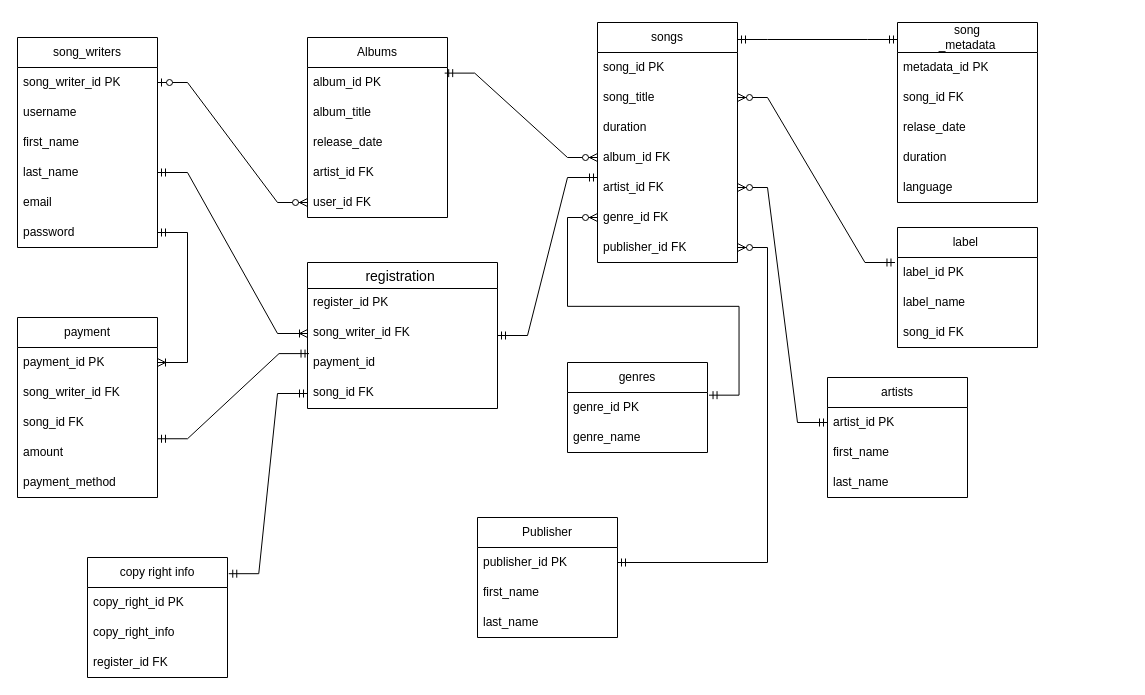
MubarakBu/DB_PROJECT keeps this draw.io diagram as db_project.drawio. Above is the earlier version. Source tidied: cells renumbered, new cells numbered last; positions are measured from the earlier drawing's top-left corner, leaving out a move shared by most shapes. Both pictures are drawn from the tidied source at 100%, with x=0, y=0 at pixel (-13, 22).
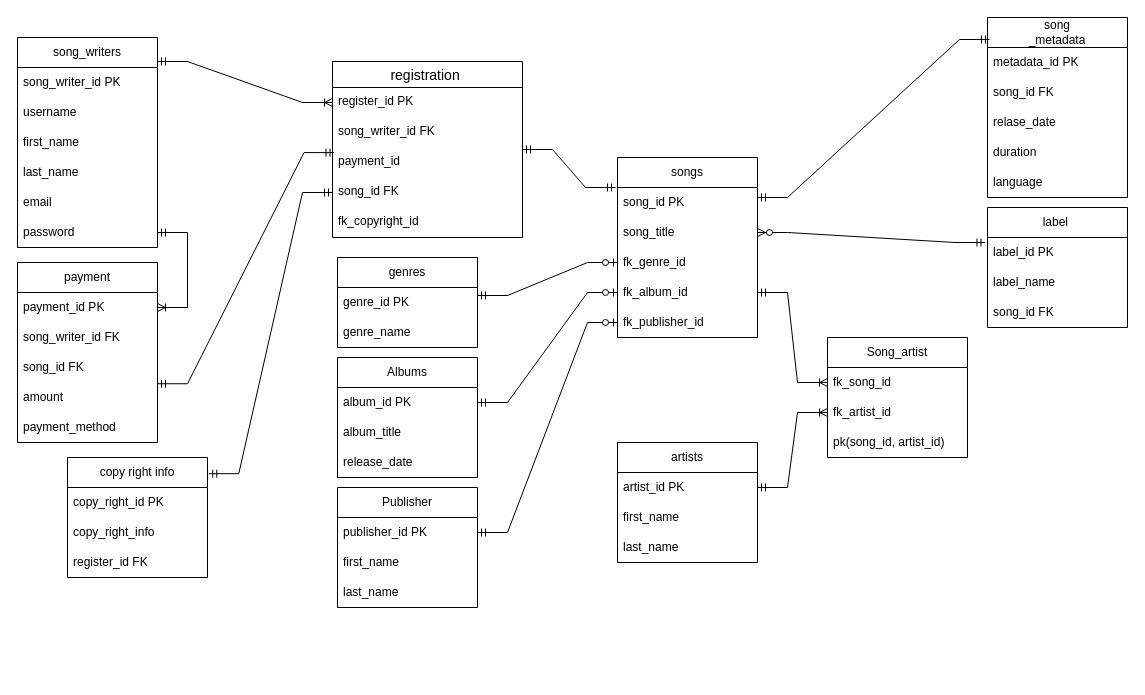
The same page after the edit.

Commit message (it also covers changes not shown here):
Edit Database Diagram

Unchanged cells that the change refers to:
```xml
<mxCell id="3" value="song_writer_id PK" style="text;strokeColor=none;fillColor=none;align=left;verticalAlign=middle;spacingLeft=4;spacingRight=4;overflow=hidden;points=[[0,0.5],[1,0.5]];portConstraint=eastwest;whiteSpace=wrap;html=1;" parent="2" vertex="1">
  <mxGeometry y="30" width="140" height="30" as="geometry" />
</mxCell>
<mxCell id="6" value="last_name" style="text;strokeColor=none;fillColor=none;align=left;verticalAlign=middle;spacingLeft=4;spacingRight=4;overflow=hidden;points=[[0,0.5],[1,0.5]];portConstraint=eastwest;whiteSpace=wrap;html=1;imageHeight=24;" parent="2" vertex="1">
  <mxGeometry y="120" width="140" height="30" as="geometry" />
</mxCell>
<mxCell id="10" value="album_id PK" style="text;strokeColor=none;fillColor=none;align=left;verticalAlign=middle;spacingLeft=4;spacingRight=4;overflow=hidden;points=[[0,0.5],[1,0.5]];portConstraint=eastwest;whiteSpace=wrap;html=1;" parent="9" vertex="1">
  <mxGeometry y="30" width="140" height="30" as="geometry" />
</mxCell>
<mxCell id="16" value="song_id PK" style="text;strokeColor=none;fillColor=none;align=left;verticalAlign=middle;spacingLeft=4;spacingRight=4;overflow=hidden;points=[[0,0.5],[1,0.5]];portConstraint=eastwest;whiteSpace=wrap;html=1;" parent="15" vertex="1">
  <mxGeometry y="30" width="140" height="30" as="geometry" />
</mxCell>
<mxCell id="30" value="artist_id PK" style="text;strokeColor=none;fillColor=none;align=left;verticalAlign=middle;spacingLeft=4;spacingRight=4;overflow=hidden;points=[[0,0.5],[1,0.5]];portConstraint=eastwest;whiteSpace=wrap;html=1;" parent="29" vertex="1">
  <mxGeometry y="30" width="140" height="30" as="geometry" />
</mxCell>
<mxCell id="34" value="genre_id PK" style="text;strokeColor=none;fillColor=none;align=left;verticalAlign=middle;spacingLeft=4;spacingRight=4;overflow=hidden;points=[[0,0.5],[1,0.5]];portConstraint=eastwest;whiteSpace=wrap;html=1;" parent="33" vertex="1">
  <mxGeometry y="30" width="140" height="30" as="geometry" />
</mxCell>
<mxCell id="54" value="metadata_id PK" style="text;strokeColor=none;fillColor=none;align=left;verticalAlign=middle;spacingLeft=4;spacingRight=4;overflow=hidden;points=[[0,0.5],[1,0.5]];portConstraint=eastwest;whiteSpace=wrap;html=1;" parent="53" vertex="1">
  <mxGeometry y="30" width="140" height="30" as="geometry" />
</mxCell>
<mxCell id="62" value="register_id PK" style="text;strokeColor=none;fillColor=none;spacingLeft=4;spacingRight=4;overflow=hidden;points=[[0,0.5],[1,0.5]];portConstraint=eastwest;fontSize=12;whiteSpace=wrap;html=1;" parent="61" vertex="1">
  <mxGeometry y="26" width="190" height="30" as="geometry" />
</mxCell>
<mxCell id="63" value="song_writer_id FK" style="text;strokeColor=none;fillColor=none;spacingLeft=4;spacingRight=4;overflow=hidden;points=[[0,0.5],[1,0.5]];portConstraint=eastwest;fontSize=12;whiteSpace=wrap;html=1;" parent="61" vertex="1">
  <mxGeometry y="56" width="190" height="30" as="geometry" />
</mxCell>
```

Diff of the diagram source:
```diff
@@
     <mxCell id="9" value="Albums" style="swimlane;fontStyle=0;horizontal=1;startSize=30;whiteSpace=wrap;html=1;" parent="1" vertex="1">
-      <mxGeometry x="320" y="15" width="140" height="180" as="geometry" />
+      <mxGeometry x="350" y="335" width="140" height="120" as="geometry" />
     </mxCell>
@@
-    <mxCell id="13" value="artist_id FK" style="text;strokeColor=none;fillColor=none;align=left;verticalAlign=middle;spacingLeft=4;spacingRight=4;overflow=hidden;whiteSpace=wrap;html=1;" parent="9" vertex="1">
-      <mxGeometry y="120" width="140" height="30" as="geometry" />
-    </mxCell>
-    <mxCell id="14" value="user_id FK" style="text;strokeColor=none;fillColor=none;align=left;verticalAlign=middle;spacingLeft=4;spacingRight=4;overflow=hidden;points=[[0,0.5],[1,0.5]];portConstraint=eastwest;whiteSpace=wrap;html=1;" parent="9" vertex="1">
-      <mxGeometry y="150" width="140" height="30" as="geometry" />
-    </mxCell>
     <mxCell id="15" value="songs" style="swimlane;fontStyle=0;horizontal=1;startSize=30;whiteSpace=wrap;html=1;" parent="1" vertex="1">
-      <mxGeometry x="610" width="140" height="240" as="geometry" />
+      <mxGeometry x="630" y="135" width="140" height="180" as="geometry" />
     </mxCell>
@@
-    <mxCell id="18" value="duration" style="text;strokeColor=none;fillColor=none;align=left;verticalAlign=middle;spacingLeft=4;spacingRight=4;overflow=hidden;points=[[0,0.5],[1,0.5]];portConstraint=eastwest;whiteSpace=wrap;html=1;" parent="15" vertex="1">
+    <mxCell id="18" value="fk_genre_id" style="text;strokeColor=none;fillColor=none;align=left;verticalAlign=middle;spacingLeft=4;spacingRight=4;overflow=hidden;points=[[0,0.5],[1,0.5]];portConstraint=eastwest;whiteSpace=wrap;html=1;" parent="15" vertex="1">
       <mxGeometry y="90" width="140" height="30" as="geometry" />
     </mxCell>
-    <mxCell id="19" value="album_id FK" style="text;strokeColor=none;fillColor=none;align=left;verticalAlign=middle;spacingLeft=4;spacingRight=4;overflow=hidden;points=[[0,0.5],[1,0.5]];portConstraint=eastwest;whiteSpace=wrap;html=1;" parent="15" vertex="1">
-      <mxGeometry y="120" width="140" height="30" as="geometry" />
-    </mxCell>
-    <mxCell id="20" value="artist_id FK" style="text;strokeColor=none;fillColor=none;align=left;verticalAlign=middle;spacingLeft=4;spacingRight=4;overflow=hidden;points=[[0,0.5],[1,0.5]];portConstraint=eastwest;whiteSpace=wrap;html=1;" parent="15" vertex="1">
-      <mxGeometry y="150" width="140" height="30" as="geometry" />
-    </mxCell>
-    <mxCell id="21" value="genre_id FK" style="text;strokeColor=none;fillColor=none;align=left;verticalAlign=middle;spacingLeft=4;spacingRight=4;overflow=hidden;whiteSpace=wrap;html=1;" parent="15" vertex="1">
-      <mxGeometry y="180" width="140" height="30" as="geometry" />
-    </mxCell>
-    <mxCell id="22" value="publisher_id FK" style="text;strokeColor=none;fillColor=none;align=left;verticalAlign=middle;spacingLeft=4;spacingRight=4;overflow=hidden;points=[[0,0.5],[1,0.5]];portConstraint=eastwest;whiteSpace=wrap;html=1;" parent="15" vertex="1">
-      <mxGeometry y="210" width="140" height="30" as="geometry" />
-    </mxCell>
+    <mxCell id="71" value="fk_album_id" style="text;strokeColor=none;fillColor=none;align=left;verticalAlign=middle;spacingLeft=4;spacingRight=4;overflow=hidden;points=[[0,0.5],[1,0.5]];portConstraint=eastwest;whiteSpace=wrap;html=1;" parent="15" vertex="1">
+      <mxGeometry y="120" width="140" height="30" as="geometry" />
+    </mxCell>
+    <mxCell id="72" value="fk_publisher_id" style="text;strokeColor=none;fillColor=none;align=left;verticalAlign=middle;spacingLeft=4;spacingRight=4;overflow=hidden;points=[[0,0.5],[1,0.5]];portConstraint=eastwest;whiteSpace=wrap;html=1;" parent="15" vertex="1">
+      <mxGeometry y="150" width="140" height="30" as="geometry" />
+    </mxCell>
     <mxCell id="23" value="payment" style="swimlane;fontStyle=0;horizontal=1;startSize=30;whiteSpace=wrap;html=1;" parent="1" vertex="1">
-      <mxGeometry x="30" y="295" width="140" height="180" as="geometry" />
+      <mxGeometry x="30" y="240" width="140" height="180" as="geometry" />
     </mxCell>
@@
     <mxCell id="29" value="artists" style="swimlane;fontStyle=0;horizontal=1;startSize=30;whiteSpace=wrap;html=1;" parent="1" vertex="1">
-      <mxGeometry x="840" y="355" width="140" height="120" as="geometry" />
+      <mxGeometry x="630" y="420" width="140" height="120" as="geometry" />
     </mxCell>
@@
     <mxCell id="33" value="genres" style="swimlane;fontStyle=0;horizontal=1;startSize=30;whiteSpace=wrap;html=1;" parent="1" vertex="1">
-      <mxGeometry x="580" y="340" width="140" height="90" as="geometry" />
+      <mxGeometry x="350" y="235" width="140" height="90" as="geometry" />
     </mxCell>
@@
-    <mxCell id="36" style="edgeStyle=entityRelationEdgeStyle;fontSize=12;html=1;endArrow=ERzeroToMany;startArrow=ERzeroToOne;rounded=0;entryX=0;entryY=0.5;entryDx=0;entryDy=0;" parent="1" edge="1" source="3" target="14">
-      <mxGeometry relative="1" as="geometry" />
-    </mxCell>
-    <mxCell id="37" style="edgeStyle=entityRelationEdgeStyle;fontSize=12;html=1;endArrow=ERzeroToMany;startArrow=ERmandOne;rounded=0;exitX=0.98;exitY=0.187;exitDx=0;exitDy=0;exitPerimeter=0;" parent="1" edge="1" source="10" target="19">
-      <mxGeometry relative="1" as="geometry">
-        <Array as="points">
-          <mxPoint x="580" y="65" />
-        </Array>
-      </mxGeometry>
-    </mxCell>
-    <mxCell id="38" style="edgeStyle=entityRelationEdgeStyle;fontSize=12;html=1;endArrow=ERzeroToMany;startArrow=ERmandOne;rounded=0;exitX=0;exitY=0.5;exitDx=0;exitDy=0;" parent="1" edge="1" source="30" target="20">
-      <mxGeometry relative="1" as="geometry" />
-    </mxCell>
-    <mxCell id="39" style="edgeStyle=entityRelationEdgeStyle;fontSize=12;html=1;endArrow=ERzeroToMany;startArrow=ERmandOne;rounded=0;exitX=1.011;exitY=0.089;exitDx=0;exitDy=0;exitPerimeter=0;" parent="1" edge="1" source="34">
-      <mxGeometry relative="1" as="geometry">
-        <mxPoint x="610" y="195" as="targetPoint" />
-        <Array as="points">
-          <mxPoint x="580" y="395" />
-          <mxPoint x="580" y="315" />
-          <mxPoint x="590" y="355" />
-          <mxPoint x="580" y="335" />
-        </Array>
-      </mxGeometry>
-    </mxCell>
-    <mxCell id="40" value="Publisher" style="swimlane;fontStyle=0;horizontal=1;startSize=30;whiteSpace=wrap;html=1;" parent="1" vertex="1">
-      <mxGeometry x="490" y="495" width="140" height="120" as="geometry" />
-    </mxCell>
-    <mxCell id="41" value="publisher_id PK" style="text;strokeColor=none;fillColor=none;align=left;verticalAlign=middle;spacingLeft=4;spacingRight=4;overflow=hidden;points=[[0,0.5],[1,0.5]];portConstraint=eastwest;whiteSpace=wrap;html=1;" parent="40" vertex="1">
-      <mxGeometry y="30" width="140" height="30" as="geometry" />
-    </mxCell>
-    <mxCell id="42" value="first_name" style="text;strokeColor=none;fillColor=none;align=left;verticalAlign=middle;spacingLeft=4;spacingRight=4;overflow=hidden;whiteSpace=wrap;html=1;" parent="40" vertex="1">
-      <mxGeometry y="60" width="140" height="30" as="geometry" />
-    </mxCell>
-    <mxCell id="43" value="last_name" style="text;strokeColor=none;fillColor=none;align=left;verticalAlign=middle;spacingLeft=4;spacingRight=4;overflow=hidden;whiteSpace=wrap;html=1;" parent="40" vertex="1">
-      <mxGeometry y="90" width="140" height="30" as="geometry" />
-    </mxCell>
-    <mxCell id="44" style="edgeStyle=entityRelationEdgeStyle;fontSize=12;html=1;endArrow=ERzeroToMany;startArrow=ERmandOne;rounded=0;exitX=1;exitY=0.5;exitDx=0;exitDy=0;" parent="1" edge="1" source="41" target="22">
-      <mxGeometry relative="1" as="geometry" />
-    </mxCell>
     <mxCell id="45" value="copy right info" style="swimlane;fontStyle=0;horizontal=1;startSize=30;whiteSpace=wrap;html=1;" parent="1" vertex="1">
-      <mxGeometry x="100" y="535" width="140" height="120" as="geometry" />
+      <mxGeometry x="80" y="435" width="140" height="120" as="geometry" />
     </mxCell>
@@
     <mxCell id="49" value="label&amp;nbsp;" style="swimlane;fontStyle=0;horizontal=1;startSize=30;whiteSpace=wrap;html=1;" parent="1" vertex="1">
-      <mxGeometry x="910" y="205" width="140" height="120" as="geometry" />
+      <mxGeometry x="1000" y="185" width="140" height="120" as="geometry" />
     </mxCell>
@@
     <mxCell id="53" value="song&lt;div&gt;_metadata&lt;/div&gt;" style="swimlane;fontStyle=0;horizontal=1;startSize=30;whiteSpace=wrap;html=1;" parent="1" vertex="1">
-      <mxGeometry x="910" width="140" height="180" as="geometry" />
+      <mxGeometry x="1000" y="-5" width="140" height="180" as="geometry" />
     </mxCell>
@@
-    <mxCell id="59" style="edgeStyle=entityRelationEdgeStyle;fontSize=12;html=1;endArrow=ERmandOne;startArrow=ERmandOne;rounded=0;" parent="1" edge="1">
+    <mxCell id="59" style="edgeStyle=entityRelationEdgeStyle;fontSize=12;html=1;endArrow=ERmandOne;startArrow=ERmandOne;rounded=0;entryX=0.014;entryY=-0.267;entryDx=0;entryDy=0;entryPerimeter=0;" parent="1" edge="1" target="54">
       <mxGeometry relative="1" as="geometry">
-        <mxPoint x="750" y="17" as="sourcePoint" />
-        <mxPoint x="910" y="17" as="targetPoint" />
+        <mxPoint x="770" y="175" as="sourcePoint" />
       </mxGeometry>
     </mxCell>
@@
     <mxCell id="61" value="registration " style="swimlane;fontStyle=0;horizontal=1;startSize=26;align=center;fontSize=14;" parent="1" vertex="1">
-      <mxGeometry x="320" y="240" width="190" height="146" as="geometry" />
+      <mxGeometry x="345" y="39" width="190" height="176" as="geometry" />
     </mxCell>
@@
+    <mxCell id="73" value="fk_copyright_id" style="text;strokeColor=none;fillColor=none;spacingLeft=4;spacingRight=4;overflow=hidden;fontSize=12;whiteSpace=wrap;html=1;" parent="61" vertex="1">
+      <mxGeometry y="146" width="190" height="30" as="geometry" />
+    </mxCell>
-    <mxCell id="66" style="edgeStyle=entityRelationEdgeStyle;fontSize=12;html=1;endArrow=ERoneToMany;startArrow=ERmandOne;rounded=0;exitX=1;exitY=0.5;exitDx=0;exitDy=0;entryX=0;entryY=0.5;entryDx=0;entryDy=0;" parent="1" edge="1" source="6" target="63">
-      <mxGeometry relative="1" as="geometry" />
+    <mxCell id="66" style="edgeStyle=entityRelationEdgeStyle;fontSize=12;html=1;endArrow=ERoneToMany;startArrow=ERmandOne;rounded=0;exitX=1;exitY=0.5;exitDx=0;exitDy=0;entryX=0;entryY=0.5;entryDx=0;entryDy=0;" parent="1" edge="1" target="62">
+      <mxGeometry relative="1" as="geometry">
+        <mxPoint x="170" y="39" as="sourcePoint" />
+      </mxGeometry>
     </mxCell>
@@
-    <mxCell id="68" style="edgeStyle=entityRelationEdgeStyle;fontSize=12;html=1;endArrow=ERmandOne;startArrow=ERmandOne;rounded=0;" parent="1" edge="1" source="61">
-      <mxGeometry relative="1" as="geometry">
-        <mxPoint x="610" y="155" as="targetPoint" />
-      </mxGeometry>
+    <mxCell id="68" style="edgeStyle=entityRelationEdgeStyle;fontSize=12;html=1;endArrow=ERmandOne;startArrow=ERmandOne;rounded=0;entryX=-0.014;entryY=0;entryDx=0;entryDy=0;entryPerimeter=0;" parent="1" edge="1" source="61" target="16">
+      <mxGeometry relative="1" as="geometry" />
     </mxCell>
@@
+    <mxCell id="74" style="edgeStyle=entityRelationEdgeStyle;fontSize=12;html=1;endArrow=ERzeroToOne;startArrow=ERmandOne;rounded=0;entryX=0;entryY=0.5;entryDx=0;entryDy=0;" parent="1" edge="1" source="10" target="71">
+      <mxGeometry relative="1" as="geometry" />
+    </mxCell>
+    <mxCell id="75" style="edgeStyle=entityRelationEdgeStyle;fontSize=12;html=1;endArrow=ERzeroToOne;startArrow=ERmandOne;rounded=0;exitX=1;exitY=0.267;exitDx=0;exitDy=0;exitPerimeter=0;" parent="1" edge="1" source="34" target="18">
+      <mxGeometry relative="1" as="geometry" />
+    </mxCell>
+    <mxCell id="76" value="Song_artist" style="swimlane;fontStyle=0;horizontal=1;startSize=30;whiteSpace=wrap;html=1;" parent="1" vertex="1">
+      <mxGeometry x="840" y="315" width="140" height="120" as="geometry" />
+    </mxCell>
+    <mxCell id="77" value="fk_song_id" style="text;strokeColor=none;fillColor=none;align=left;verticalAlign=middle;spacingLeft=4;spacingRight=4;overflow=hidden;points=[[0,0.5],[1,0.5]];portConstraint=eastwest;whiteSpace=wrap;html=1;" parent="76" vertex="1">
+      <mxGeometry y="30" width="140" height="30" as="geometry" />
+    </mxCell>
+    <mxCell id="78" value="fk_artist_id" style="text;strokeColor=none;fillColor=none;align=left;verticalAlign=middle;spacingLeft=4;spacingRight=4;overflow=hidden;points=[[0,0.5],[1,0.5]];portConstraint=eastwest;whiteSpace=wrap;html=1;" parent="76" vertex="1">
+      <mxGeometry y="60" width="140" height="30" as="geometry" />
+    </mxCell>
+    <mxCell id="79" value="pk(song_id, artist_id)" style="text;strokeColor=none;fillColor=none;align=left;verticalAlign=middle;spacingLeft=4;spacingRight=4;overflow=hidden;whiteSpace=wrap;html=1;" parent="76" vertex="1">
+      <mxGeometry y="90" width="140" height="30" as="geometry" />
+    </mxCell>
+    <mxCell id="40" value="Publisher" style="swimlane;fontStyle=0;horizontal=1;startSize=30;whiteSpace=wrap;html=1;" parent="1" vertex="1">
+      <mxGeometry x="350" y="465" width="140" height="120" as="geometry" />
+    </mxCell>
+    <mxCell id="41" value="publisher_id PK" style="text;strokeColor=none;fillColor=none;align=left;verticalAlign=middle;spacingLeft=4;spacingRight=4;overflow=hidden;points=[[0,0.5],[1,0.5]];portConstraint=eastwest;whiteSpace=wrap;html=1;" parent="40" vertex="1">
+      <mxGeometry y="30" width="140" height="30" as="geometry" />
+    </mxCell>
+    <mxCell id="42" value="first_name" style="text;strokeColor=none;fillColor=none;align=left;verticalAlign=middle;spacingLeft=4;spacingRight=4;overflow=hidden;whiteSpace=wrap;html=1;" parent="40" vertex="1">
+      <mxGeometry y="60" width="140" height="30" as="geometry" />
+    </mxCell>
+    <mxCell id="43" value="last_name" style="text;strokeColor=none;fillColor=none;align=left;verticalAlign=middle;spacingLeft=4;spacingRight=4;overflow=hidden;whiteSpace=wrap;html=1;" parent="40" vertex="1">
+      <mxGeometry y="90" width="140" height="30" as="geometry" />
+    </mxCell>
+    <mxCell id="80" style="edgeStyle=entityRelationEdgeStyle;fontSize=12;html=1;endArrow=ERoneToMany;startArrow=ERmandOne;rounded=0;" parent="1" edge="1" source="71" target="77">
+      <mxGeometry relative="1" as="geometry" />
+    </mxCell>
+    <mxCell id="81" style="edgeStyle=entityRelationEdgeStyle;fontSize=12;html=1;endArrow=ERoneToMany;startArrow=ERmandOne;rounded=0;" parent="1" edge="1" source="30" target="78">
+      <mxGeometry relative="1" as="geometry" />
+    </mxCell>
+    <mxCell id="82" style="edgeStyle=entityRelationEdgeStyle;fontSize=12;html=1;endArrow=ERzeroToOne;startArrow=ERmandOne;rounded=0;" parent="1" edge="1" source="41" target="72">
+      <mxGeometry relative="1" as="geometry" />
+    </mxCell>
```
